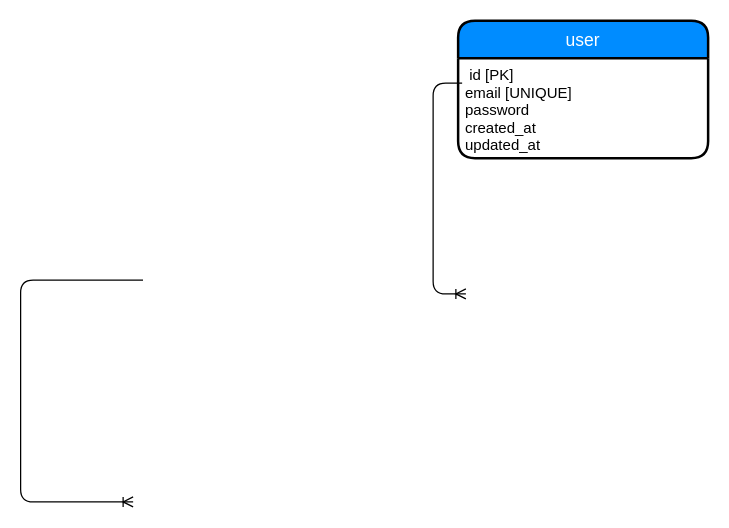
This is document/db/db_er.dio from airi-i-1998/house-account-book, a draw.io file, before an edit. Source tidied: cells renumbered, new cells numbered last; positions are measured from the earlier drawing's top-left corner, leaving out a move shared by most shapes. Both pictures are drawn from the tidied source at 125%, with x=0, y=0 at pixel (-2118, 20).
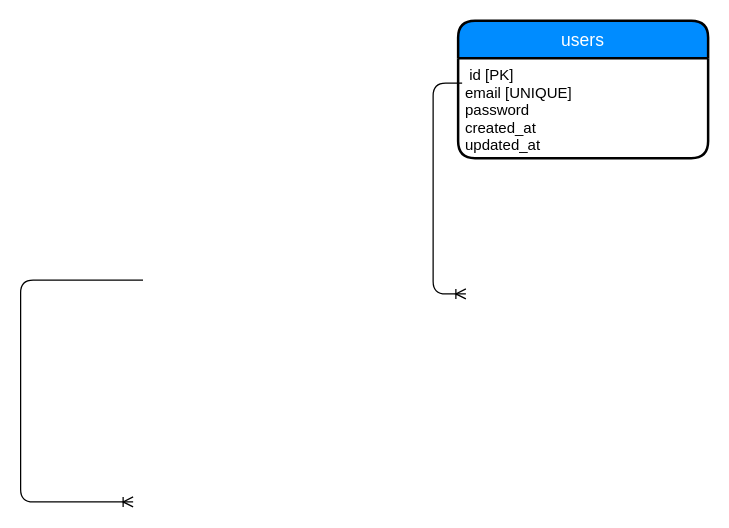
The same diagram, later.

The edit, as a diff of the source:
```diff
@@
-    <mxCell id="3" value="user" style="swimlane;horizontal=1;startSize=30;fillColor=#008cff;fontColor=#FFFFFF;rounded=1;fontSize=14;fontStyle=0;strokeWidth=2;shadow=0;dashed=0;align=center;" parent="1" vertex="1">
+    <mxCell id="3" value="users" style="swimlane;horizontal=1;startSize=30;fillColor=#008cff;fontColor=#FFFFFF;rounded=1;fontSize=14;fontStyle=0;strokeWidth=2;shadow=0;dashed=0;align=center;" parent="1" vertex="1">
       <mxGeometry x="2060" width="200" height="110" as="geometry" />
     </mxCell>
```
